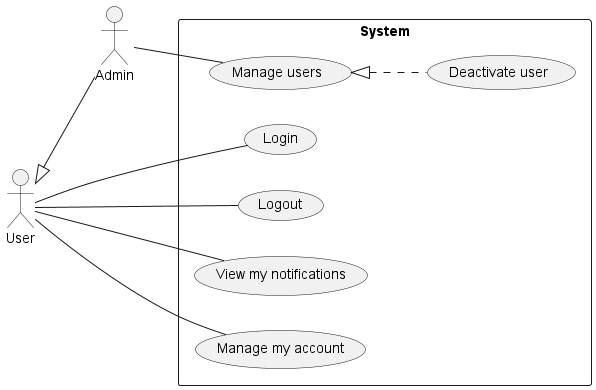
This is use-cases/Admin.png from phihungha/scmss-reqs, a PlantUML export, as it was before one commit.
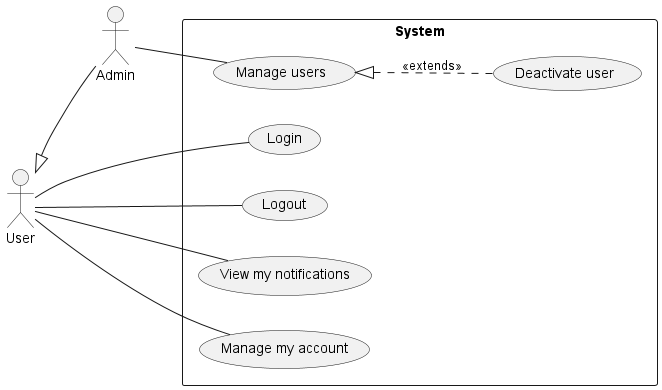
Above is the later version.

What changed in the source:
```diff
@@ -12,6 +12,6 @@
     u -- (Manage my account)
 
     ad -- (Manage users)
-    (Manage users) <|.. (Deactivate user)
+    (Manage users) <|.. (Deactivate user) : <<extends>>
 }
 @enduml
```
